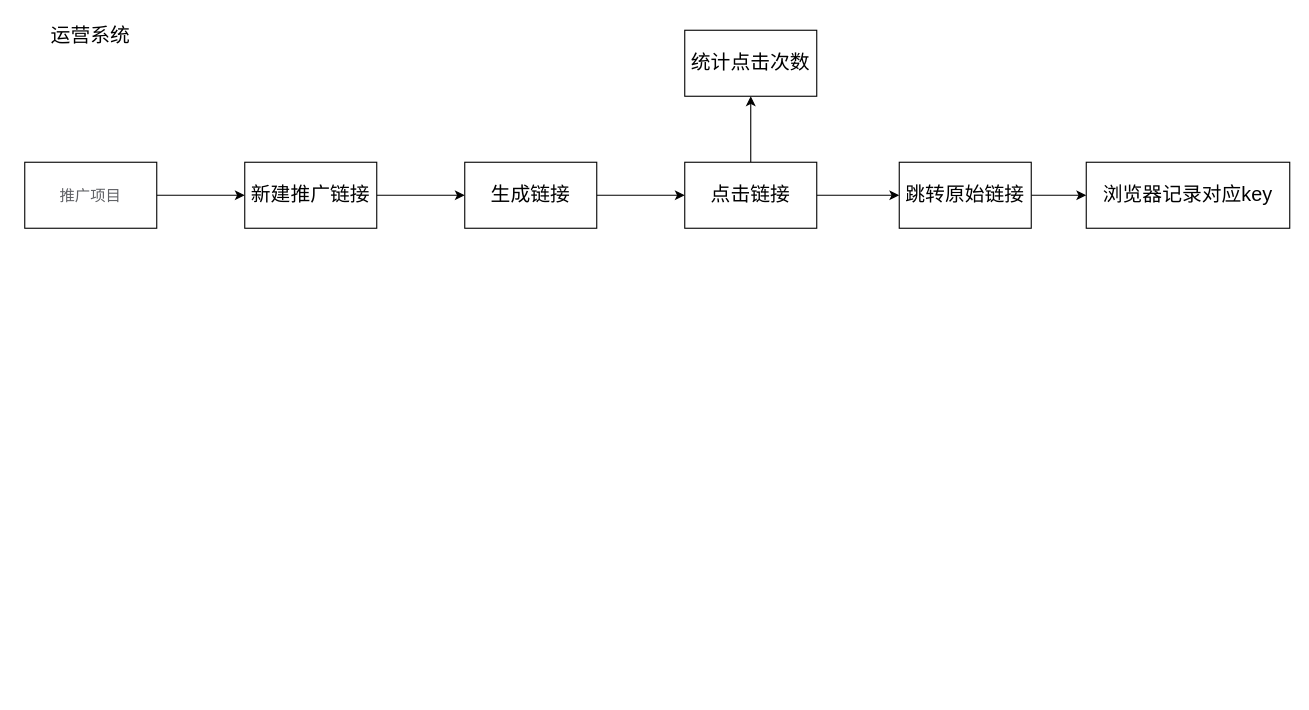
This is page "第 4 页" (4 of 4) of 醉品系统业务流程.drawio from linbingxing/mind, a draw.io file, before an edit. Source tidied: cells renumbered, new cells numbered last; positions are measured from the earlier drawing's top-left corner, leaving out a move shared by most shapes. Both pictures are drawn from the tidied source at 110%, with x=0, y=0 at pixel (19, 19).
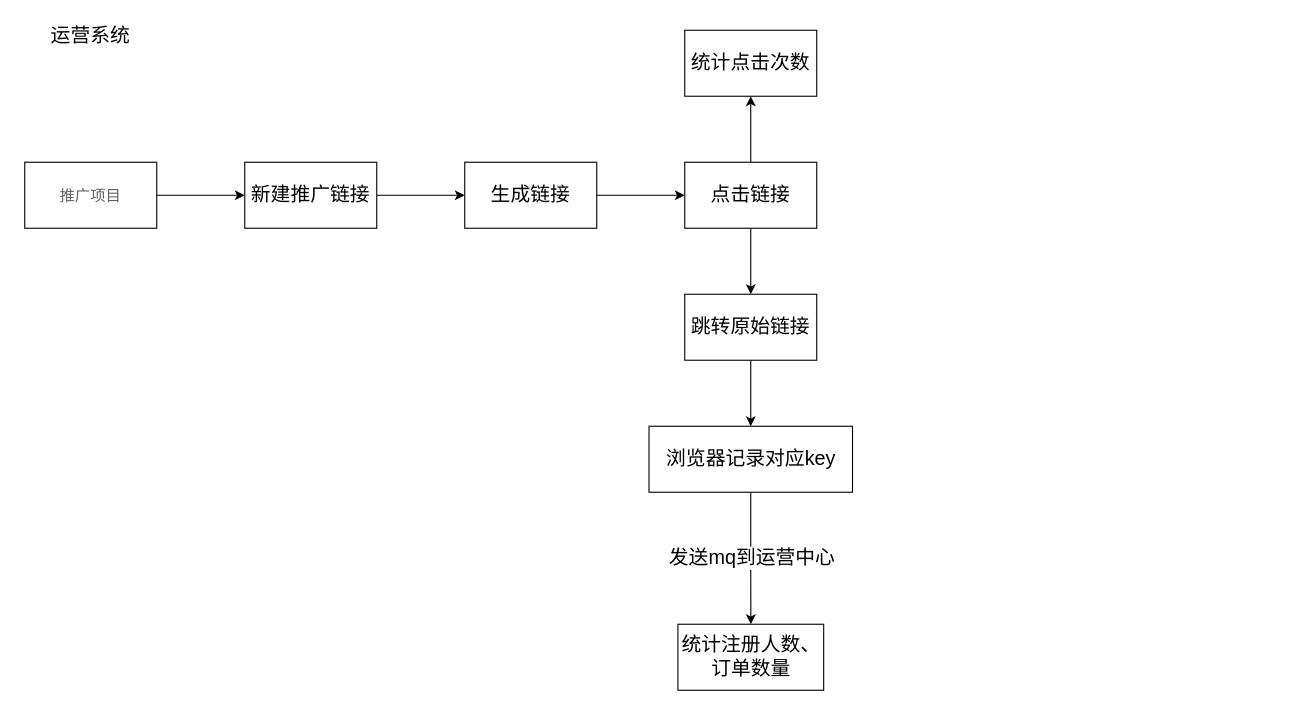
The same diagram, later.

Commit message (it also covers changes not shown here):
更新醉品系统业务流程.drawio

Change to the diagram source:
```diff
@@
 <mxGraphModel>
   <root>
     <mxCell id="0" />
     <mxCell id="1" parent="0" />
     <mxCell id="2" value="运营系统" style="text;html=1;strokeColor=none;fillColor=none;align=center;verticalAlign=middle;whiteSpace=wrap;rounded=0;fontSize=18;" parent="1" vertex="1">
       <mxGeometry width="130" height="30" as="geometry" />
     </mxCell>
     <mxCell id="3" style="edgeStyle=orthogonalEdgeStyle;rounded=0;jettySize=auto;html=1;fontSize=18;" parent="1" edge="1" source="4" target="6">
       <mxGeometry relative="1" as="geometry" />
     </mxCell>
     <mxCell id="4" value="&lt;span style=&quot;color: rgb(96 , 98 , 102) ; font-family: &amp;#34;chinese quote&amp;#34; , , &amp;#34;blinkmacsystemfont&amp;#34; , &amp;#34;segoe ui&amp;#34; , &amp;#34;pingfang sc&amp;#34; , &amp;#34;hiragino sans gb&amp;#34; , &amp;#34;microsoft yahei&amp;#34; , &amp;#34;helvetica neue&amp;#34; , &amp;#34;helvetica&amp;#34; , &amp;#34;arial&amp;#34; , sans-serif ; font-size: 14px ; text-align: right ; background-color: rgb(255 , 255 , 255)&quot;&gt;推广项目&lt;/span&gt;" style="rounded=0;whiteSpace=wrap;html=1;fontSize=18;" parent="1" vertex="1">
       <mxGeometry x="5" y="130" width="120" height="60" as="geometry" />
     </mxCell>
     <mxCell id="5" style="edgeStyle=orthogonalEdgeStyle;rounded=0;jettySize=auto;html=1;fontSize=18;" parent="1" edge="1" source="6" target="8">
       <mxGeometry relative="1" as="geometry" />
     </mxCell>
     <mxCell id="6" value="新建推广链接" style="whiteSpace=wrap;html=1;fontSize=18;rounded=0;" parent="1" vertex="1">
       <mxGeometry x="205" y="130" width="120" height="60" as="geometry" />
     </mxCell>
     <mxCell id="7" style="edgeStyle=orthogonalEdgeStyle;rounded=0;jettySize=auto;html=1;fontSize=18;" parent="1" edge="1" source="8" target="11">
       <mxGeometry relative="1" as="geometry" />
     </mxCell>
     <mxCell id="8" value="生成链接" style="whiteSpace=wrap;html=1;fontSize=18;rounded=0;" parent="1" vertex="1">
       <mxGeometry x="405" y="130" width="120" height="60" as="geometry" />
     </mxCell>
     <mxCell id="9" style="edgeStyle=orthogonalEdgeStyle;rounded=0;jettySize=auto;html=1;fontSize=18;" parent="1" edge="1" source="11" target="12">
       <mxGeometry relative="1" as="geometry" />
     </mxCell>
     <mxCell id="10" style="edgeStyle=orthogonalEdgeStyle;rounded=0;jettySize=auto;html=1;fontSize=18;" parent="1" edge="1" source="11" target="14">
       <mxGeometry relative="1" as="geometry" />
     </mxCell>
     <mxCell id="11" value="点击链接" style="whiteSpace=wrap;html=1;fontSize=18;rounded=0;" parent="1" vertex="1">
       <mxGeometry x="605" y="130" width="120" height="60" as="geometry" />
     </mxCell>
     <mxCell id="12" value="统计点击次数" style="whiteSpace=wrap;html=1;fontSize=18;rounded=0;" parent="1" vertex="1">
       <mxGeometry x="605" y="10" width="120" height="60" as="geometry" />
     </mxCell>
     <mxCell id="13" style="edgeStyle=orthogonalEdgeStyle;rounded=0;jettySize=auto;html=1;fontSize=18;" parent="1" edge="1" source="14" target="15">
       <mxGeometry relative="1" as="geometry" />
     </mxCell>
     <mxCell id="14" value="跳转原始链接" style="whiteSpace=wrap;html=1;fontSize=18;rounded=0;" parent="1" vertex="1">
-      <mxGeometry x="800" y="130" width="120" height="60" as="geometry" />
+      <mxGeometry x="605" y="250" width="120" height="60" as="geometry" />
     </mxCell>
+    <mxCell id="16" style="edgeStyle=orthogonalEdgeStyle;rounded=0;jettySize=auto;html=1;fontSize=18;" parent="1" edge="1" source="15" target="18">
+      <mxGeometry relative="1" as="geometry" />
+    </mxCell>
+    <mxCell id="17" value="发送mq到运营中心" style="edgeLabel;html=1;align=center;verticalAlign=middle;fontSize=18;" parent="16" vertex="1">
+      <mxGeometry x="-0.21" y="4" relative="1" as="geometry">
+        <mxPoint x="-4" y="12" as="offset" />
+      </mxGeometry>
+    </mxCell>
     <mxCell id="15" value="浏览器记录对应key" style="whiteSpace=wrap;html=1;fontSize=18;rounded=0;" parent="1" vertex="1">
-      <mxGeometry x="970" y="130" width="185" height="60" as="geometry" />
+      <mxGeometry x="572.5" y="370" width="185" height="60" as="geometry" />
     </mxCell>
+    <mxCell id="18" value="统计注册人数、订单数量" style="whiteSpace=wrap;html=1;fontSize=18;rounded=0;" parent="1" vertex="1">
+      <mxGeometry x="598.8" y="550" width="132.5" height="60" as="geometry" />
+    </mxCell>
   </root>
 </mxGraphModel>
```
